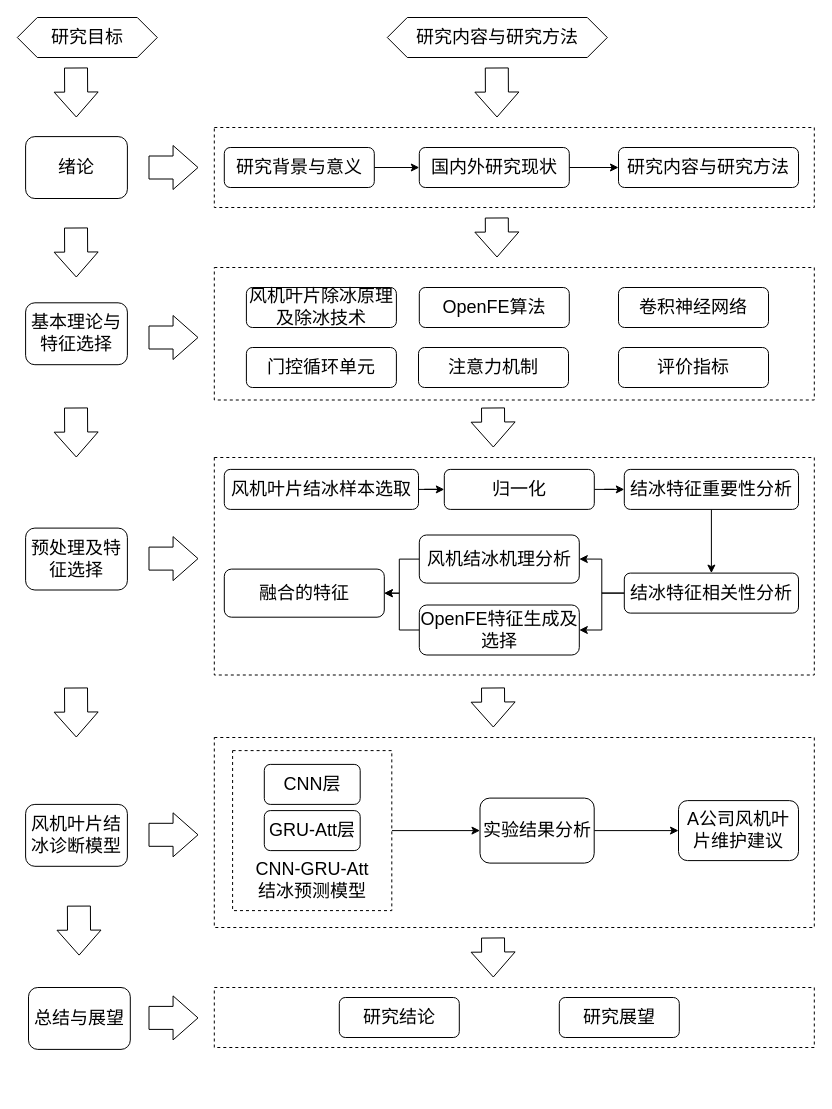
Earlier version of the draw.io diagram 新毕设技术路线图 20250425.drawio (Abccccd/-2). Source tidied: cells renumbered, new cells numbered last; positions are measured from the earlier drawing's top-left corner, leaving out a move shared by most shapes. Both pictures are drawn from the tidied source at 100%, with x=0, y=0 at pixel (17, 17).
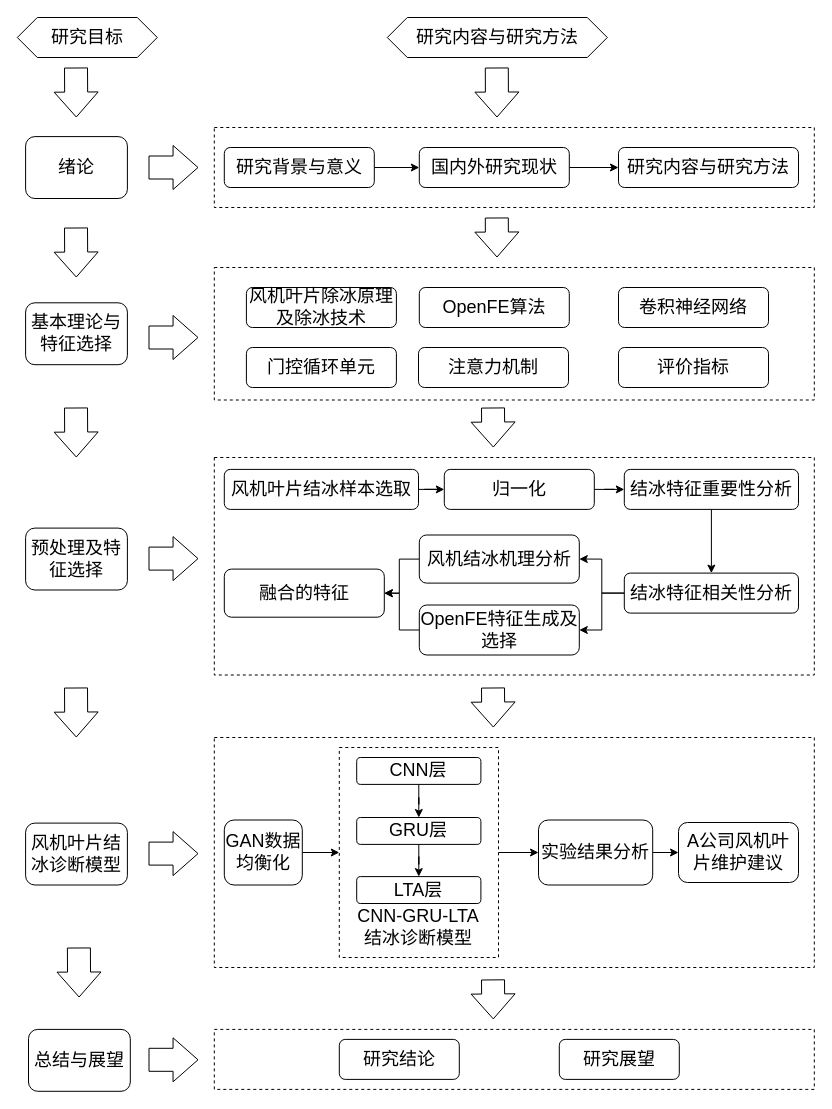
After the change.

Commit message:
新毕设技术路线图 20250425.drawio

What changed in the source:
```diff
@@
     <mxCell id="3" style="rounded=0;whiteSpace=wrap;html=1;dashed=1;" parent="1" vertex="1">
-      <mxGeometry x="196.8" y="720" width="600" height="190" as="geometry" />
+      <mxGeometry x="196.8" y="720" width="600" height="230" as="geometry" />
     </mxCell>
@@
     <mxCell id="5" style="rounded=0;whiteSpace=wrap;html=1;dashed=1;" parent="1" vertex="1">
-      <mxGeometry x="215.1" y="733.1" width="159.2" height="160" as="geometry" />
+      <mxGeometry x="321.8" y="730" width="159.2" height="210" as="geometry" />
     </mxCell>
     <mxCell id="6" style="rounded=0;whiteSpace=wrap;html=1;dashed=1;" parent="1" vertex="1">
-      <mxGeometry x="196.8" y="970" width="600" height="60" as="geometry" />
+      <mxGeometry x="196.8" y="1011.9" width="600" height="60" as="geometry" />
     </mxCell>
@@
     <mxCell id="31" value="&lt;font style=&quot;font-size: 18px;&quot;&gt;风机叶片结冰诊断模型&lt;/font&gt;" style="rounded=1;whiteSpace=wrap;html=1;" parent="1" vertex="1">
-      <mxGeometry x="8.1" y="786.9" width="101.8" height="61.9" as="geometry" />
+      <mxGeometry x="8.1" y="805.6" width="101.8" height="61.9" as="geometry" />
     </mxCell>
-    <mxCell id="32" value="&lt;span style=&quot;font-size: 18px;&quot;&gt;GRU-Att层&lt;/span&gt;" style="rounded=1;whiteSpace=wrap;html=1;" parent="1" vertex="1">
-      <mxGeometry x="246.8" y="793.1" width="95.9" height="40" as="geometry" />
-    </mxCell>
@@
     <mxCell id="34" value="&lt;span style=&quot;font-size: 18px;&quot;&gt;实验结果分析&lt;/span&gt;" style="rounded=1;whiteSpace=wrap;html=1;" parent="1" vertex="1">
-      <mxGeometry x="462.5" y="780.6" width="114.2" height="65" as="geometry" />
+      <mxGeometry x="521" y="802.5" width="114.2" height="65" as="geometry" />
     </mxCell>
     <mxCell id="35" value="&lt;span style=&quot;font-size: 18px;&quot;&gt;研究结论&lt;/span&gt;" style="rounded=1;whiteSpace=wrap;html=1;" parent="1" vertex="1">
-      <mxGeometry x="321.8" y="980" width="120" height="40" as="geometry" />
+      <mxGeometry x="321.8" y="1021.9" width="120" height="40" as="geometry" />
     </mxCell>
     <mxCell id="36" value="&lt;span style=&quot;font-size: 18px;&quot;&gt;研究展望&lt;/span&gt;" style="rounded=1;whiteSpace=wrap;html=1;" parent="1" vertex="1">
-      <mxGeometry x="541.8" y="980" width="120" height="40" as="geometry" />
+      <mxGeometry x="541.8" y="1021.9" width="120" height="40" as="geometry" />
     </mxCell>
@@
-    <mxCell id="39" value="&lt;span style=&quot;font-size: 18px;&quot;&gt;CNN层&lt;/span&gt;" style="rounded=1;whiteSpace=wrap;html=1;" parent="1" vertex="1">
-      <mxGeometry x="246.8" y="746.9" width="95.9" height="40" as="geometry" />
-    </mxCell>
-    <mxCell id="40" value="&lt;span style=&quot;font-size: 18px;&quot;&gt;CNN-GRU-Att结冰预测模型&lt;/span&gt;" style="rounded=1;whiteSpace=wrap;html=1;opacity=0;" parent="1" vertex="1">
-      <mxGeometry x="228.7" y="843.1" width="132.2" height="40" as="geometry" />
+    <mxCell id="40" value="&lt;span style=&quot;font-size: 18px;&quot;&gt;CNN-GRU-LTA结冰诊断模型&lt;/span&gt;" style="rounded=1;whiteSpace=wrap;html=1;opacity=0;" parent="1" vertex="1">
+      <mxGeometry x="335.3" y="890" width="132.2" height="40" as="geometry" />
     </mxCell>
     <mxCell id="41" value="&lt;span style=&quot;font-size: 18px;&quot;&gt;A公司风机叶片维护建议&lt;/span&gt;" style="rounded=1;whiteSpace=wrap;html=1;" parent="1" vertex="1">
-      <mxGeometry x="661" y="783.1" width="120" height="60" as="geometry" />
+      <mxGeometry x="661" y="805" width="120" height="60" as="geometry" />
     </mxCell>
@@
     <mxCell id="45" value="&lt;span style=&quot;font-size: 18px;&quot;&gt;总结与展望&lt;/span&gt;" style="rounded=1;whiteSpace=wrap;html=1;" parent="1" vertex="1">
-      <mxGeometry x="11" y="970" width="101.8" height="61.9" as="geometry" />
+      <mxGeometry x="11" y="1011.9" width="101.8" height="61.9" as="geometry" />
     </mxCell>
@@
     <mxCell id="49" style="shape=flexArrow;endArrow=classic;html=1;rounded=0;width=23;endSize=7.98;" parent="1" edge="1">
       <mxGeometry relative="1" as="geometry">
-        <mxPoint x="61.4" y="888.1" as="sourcePoint" />
-        <mxPoint x="61.6" y="938.1" as="targetPoint" />
+        <mxPoint x="61.4" y="930" as="sourcePoint" />
+        <mxPoint x="61.6" y="980" as="targetPoint" />
       </mxGeometry>
     </mxCell>
@@
     <mxCell id="53" style="shape=flexArrow;endArrow=classic;html=1;rounded=0;width=23;endSize=7.98;" parent="1" edge="1">
       <mxGeometry relative="1" as="geometry">
-        <mxPoint x="131" y="817.3" as="sourcePoint" />
-        <mxPoint x="181" y="817.3" as="targetPoint" />
+        <mxPoint x="131" y="836.1" as="sourcePoint" />
+        <mxPoint x="181" y="836.1" as="targetPoint" />
       </mxGeometry>
     </mxCell>
     <mxCell id="54" style="shape=flexArrow;endArrow=classic;html=1;rounded=0;width=23;endSize=7.98;" parent="1" edge="1">
       <mxGeometry relative="1" as="geometry">
-        <mxPoint x="131" y="1000.4" as="sourcePoint" />
-        <mxPoint x="181" y="1000.4" as="targetPoint" />
+        <mxPoint x="131" y="1042.3" as="sourcePoint" />
+        <mxPoint x="181" y="1042.3" as="targetPoint" />
       </mxGeometry>
     </mxCell>
@@
     <mxCell id="63" style="shape=flexArrow;endArrow=classic;html=1;rounded=0;width=23;endSize=7.98;" parent="1" edge="1">
       <mxGeometry relative="1" as="geometry">
-        <mxPoint x="475.5" y="920" as="sourcePoint" />
-        <mxPoint x="475.8" y="960" as="targetPoint" />
+        <mxPoint x="475.5" y="961.9" as="sourcePoint" />
+        <mxPoint x="475.8" y="1001.9" as="targetPoint" />
       </mxGeometry>
     </mxCell>
+    <mxCell id="64" style="edgeStyle=orthogonalEdgeStyle;rounded=0;jettySize=auto;html=1;entryX=0;entryY=0.5;entryDx=0;entryDy=0;" parent="1" edge="1" source="65" target="5">
+      <mxGeometry relative="1" as="geometry" />
+    </mxCell>
+    <mxCell id="65" value="&lt;span style=&quot;font-size: 18px;&quot;&gt;GAN数据均衡化&lt;/span&gt;" style="rounded=1;whiteSpace=wrap;html=1;" parent="1" vertex="1">
+      <mxGeometry x="206.8" y="802.5" width="78" height="65" as="geometry" />
+    </mxCell>
+    <mxCell id="66" value="&lt;span style=&quot;font-size: 18px;&quot;&gt;LTA层&lt;/span&gt;" style="rounded=1;whiteSpace=wrap;html=1;" parent="1" vertex="1">
+      <mxGeometry x="339.2" y="859.1" width="124.2" height="26.9" as="geometry" />
+    </mxCell>
+    <mxCell id="67" style="edgeStyle=orthogonalEdgeStyle;rounded=0;jettySize=auto;html=1;" parent="1" edge="1" source="68" target="66">
+      <mxGeometry relative="1" as="geometry" />
+    </mxCell>
+    <mxCell id="68" value="&lt;span style=&quot;font-size: 18px;&quot;&gt;GRU层&lt;/span&gt;" style="rounded=1;whiteSpace=wrap;html=1;" parent="1" vertex="1">
+      <mxGeometry x="339.2" y="800" width="124.2" height="26.9" as="geometry" />
+    </mxCell>
+    <mxCell id="69" style="edgeStyle=orthogonalEdgeStyle;rounded=0;jettySize=auto;html=1;" parent="1" edge="1" source="39" target="68">
+      <mxGeometry relative="1" as="geometry" />
+    </mxCell>
+    <mxCell id="39" value="&lt;span style=&quot;font-size: 18px;&quot;&gt;CNN层&lt;/span&gt;" style="rounded=1;whiteSpace=wrap;html=1;" parent="1" vertex="1">
+      <mxGeometry x="339.2" y="740" width="124.2" height="26.9" as="geometry" />
+    </mxCell>
```
